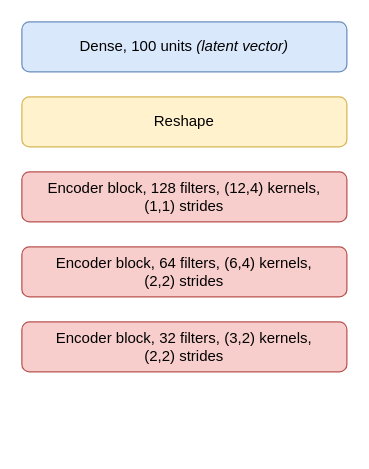
This is decoder.drawio from LucaCappelletti94/repairing_genomic_gaps, a draw.io file, before an edit. Source tidied: cells renumbered, new cells numbered last; positions are measured from the earlier drawing's top-left corner, leaving out a move shared by most shapes. Both pictures are drawn from the tidied source at 125%, with x=0, y=0 at pixel (21, 21).
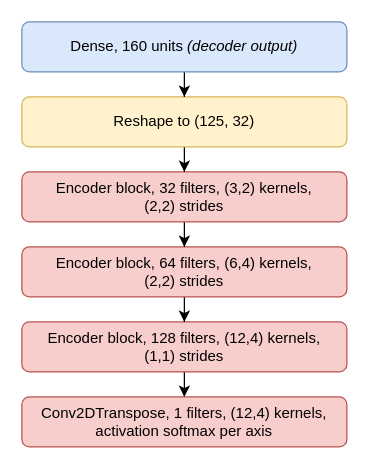
The same page after the edit.

Commit message (it also covers changes not shown here):
Updated activation and loss images

Diff of the diagram source:
```diff
@@
 <mxGraphModel>
   <root>
     <mxCell id="0" />
     <mxCell id="1" parent="0" />
+    <mxCell id="7" style="edgeStyle=orthogonalEdgeStyle;rounded=0;jettySize=auto;html=1;" parent="1" edge="1" source="2" target="12">
+      <mxGeometry relative="1" as="geometry" />
+    </mxCell>
     <mxCell id="2" value="Encoder block, 128 filters, (12,4) kernels,&lt;br&gt;(1,1) strides" style="rounded=1;whiteSpace=wrap;html=1;fillColor=#f8cecc;strokeColor=#b85450;" parent="1" vertex="1">
-      <mxGeometry y="120" width="260" height="40" as="geometry" />
+      <mxGeometry y="240" width="260" height="40" as="geometry" />
     </mxCell>
+    <mxCell id="8" style="edgeStyle=orthogonalEdgeStyle;rounded=0;jettySize=auto;html=1;" parent="1" edge="1" source="3" target="2">
+      <mxGeometry relative="1" as="geometry" />
+    </mxCell>
     <mxCell id="3" value="Encoder block, 64 filters, (6,4) kernels,&lt;br&gt;(2,2) strides" style="rounded=1;whiteSpace=wrap;html=1;fillColor=#f8cecc;strokeColor=#b85450;" parent="1" vertex="1">
       <mxGeometry y="180" width="260" height="40" as="geometry" />
     </mxCell>
+    <mxCell id="9" style="edgeStyle=orthogonalEdgeStyle;rounded=0;jettySize=auto;html=1;" parent="1" edge="1" source="4" target="3">
+      <mxGeometry relative="1" as="geometry" />
+    </mxCell>
     <mxCell id="4" value="Encoder block, 32 filters, (3,2) kernels,&lt;br&gt;(2,2) strides" style="rounded=1;whiteSpace=wrap;html=1;fillColor=#f8cecc;strokeColor=#b85450;" parent="1" vertex="1">
-      <mxGeometry y="240" width="260" height="40" as="geometry" />
+      <mxGeometry y="120" width="260" height="40" as="geometry" />
     </mxCell>
+    <mxCell id="10" style="edgeStyle=orthogonalEdgeStyle;rounded=0;jettySize=auto;html=1;" parent="1" edge="1" source="5" target="4">
+      <mxGeometry relative="1" as="geometry" />
+    </mxCell>
-    <mxCell id="5" value="Reshape" style="rounded=1;whiteSpace=wrap;html=1;fillColor=#fff2cc;strokeColor=#d6b656;" parent="1" vertex="1">
+    <mxCell id="5" value="Reshape to (125, 32)" style="rounded=1;whiteSpace=wrap;html=1;fillColor=#fff2cc;strokeColor=#d6b656;" parent="1" vertex="1">
       <mxGeometry y="60" width="260" height="40" as="geometry" />
     </mxCell>
+    <mxCell id="11" style="edgeStyle=orthogonalEdgeStyle;rounded=0;jettySize=auto;html=1;" parent="1" edge="1" source="6" target="5">
+      <mxGeometry relative="1" as="geometry" />
+    </mxCell>
-    <mxCell id="6" value="Dense, 100 units &lt;i&gt;(latent vector)&lt;/i&gt;" style="rounded=1;whiteSpace=wrap;html=1;fillColor=#dae8fc;strokeColor=#6c8ebf;" parent="1" vertex="1">
+    <mxCell id="6" value="Dense, 160 units &lt;i&gt;(decoder output)&lt;/i&gt;" style="rounded=1;whiteSpace=wrap;html=1;fillColor=#dae8fc;strokeColor=#6c8ebf;" parent="1" vertex="1">
       <mxGeometry width="260" height="40" as="geometry" />
     </mxCell>
+    <mxCell id="12" value="Conv2DTranspose, 1 filters, (12,4) kernels, activation softmax per axis" style="rounded=1;whiteSpace=wrap;html=1;fillColor=#f8cecc;strokeColor=#b85450;" parent="1" vertex="1">
+      <mxGeometry y="300" width="260" height="40" as="geometry" />
+    </mxCell>
   </root>
 </mxGraphModel>
```
